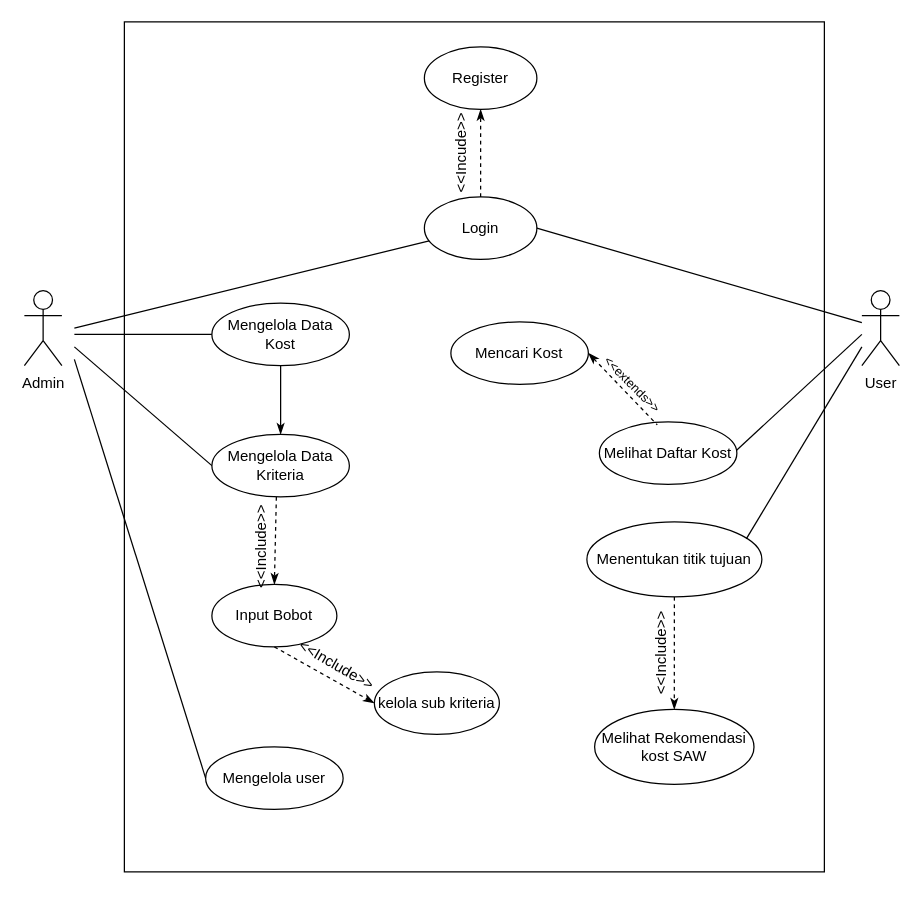
This is page "Page-1" (1 of 2) of USE CASE KOST SAW.drawio from HANNN-YOLO/skripsi, a draw.io file, before an edit. Source tidied: cells renumbered, new cells numbered last; positions are measured from the earlier drawing's top-left corner, leaving out a move shared by most shapes. Both pictures are drawn from the tidied source at 125%, with x=0, y=0 at pixel (24, 21).
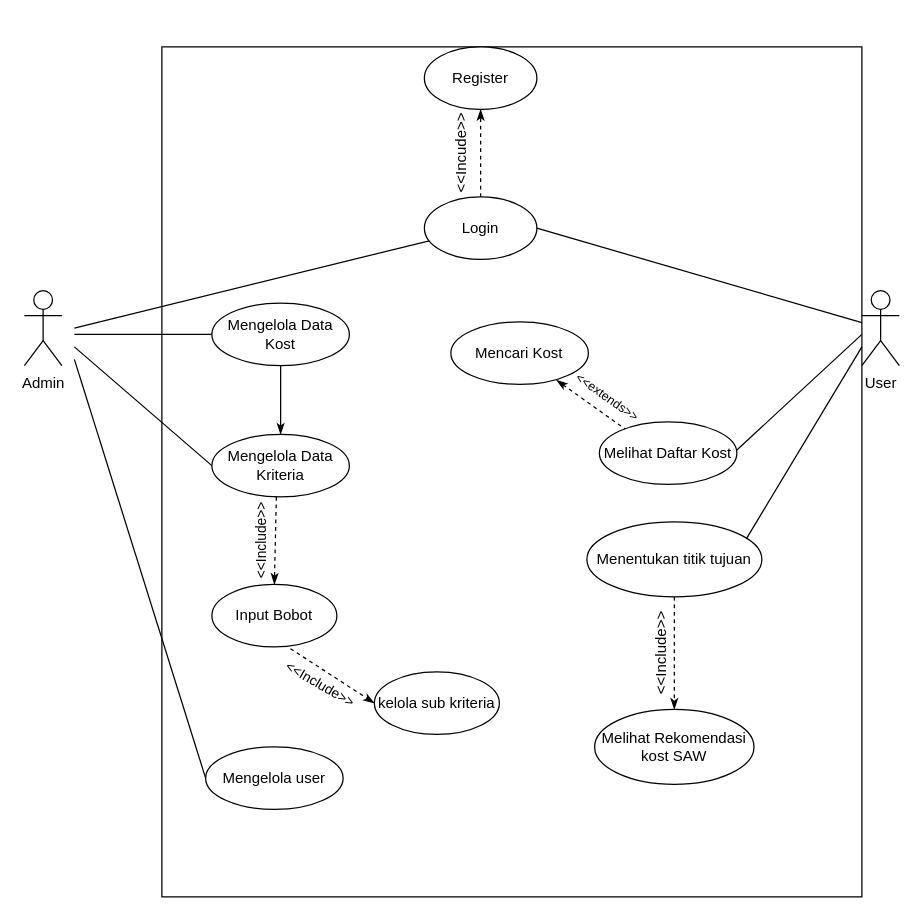
Above is the later version.

Commit message (it also covers changes not shown here):
revisi lagi

Unchanged cells that the change refers to:
```xml
<mxCell id="10" value="Melihat Daftar Kost" style="ellipse;whiteSpace=wrap;html=1;" parent="1" vertex="1">
  <mxGeometry x="460" y="320" width="110" height="50" as="geometry" />
</mxCell>
<mxCell id="15" value="Input Bobot" style="ellipse;whiteSpace=wrap;html=1;" parent="1" vertex="1">
  <mxGeometry x="150" y="450" width="100" height="50" as="geometry" />
</mxCell>
<mxCell id="23" value="Mencari Kost" style="ellipse;whiteSpace=wrap;html=1;" parent="1" vertex="1">
  <mxGeometry x="341.2" y="240" width="110" height="50" as="geometry" />
</mxCell>
<mxCell id="27" value="kelola sub kriteria" style="ellipse;whiteSpace=wrap;html=1;" parent="1" vertex="1">
  <mxGeometry x="280" y="520" width="100" height="50" as="geometry" />
</mxCell>
```

Diff of the diagram source:
```diff
@@
-    <mxCell id="2" style="rounded=0;whiteSpace=wrap;html=1;" parent="1" vertex="1">
-      <mxGeometry x="80" width="560" height="680" as="geometry" />
+    <mxCell id="2" style="rounded=0;whiteSpace=wrap;html=1;fillColor=none;" parent="1" vertex="1">
+      <mxGeometry x="110" y="20" width="560" height="680" as="geometry" />
     </mxCell>
@@
-    <mxCell id="22" value="&amp;lt;&amp;lt;Include&amp;gt;&amp;gt;" style="text;html=1;align=center;verticalAlign=middle;whiteSpace=wrap;rounded=0;rotation=-90;" parent="1" vertex="1">
-      <mxGeometry x="180" y="410" width="20" height="20" as="geometry" />
+    <mxCell id="22" value="&amp;lt;&amp;lt;Include&amp;gt;&amp;gt;" style="text;html=1;align=center;verticalAlign=middle;whiteSpace=wrap;rounded=0;rotation=-90;fontSize=11;" parent="1" vertex="1">
+      <mxGeometry x="180" y="405" width="20" height="20" as="geometry" />
     </mxCell>
@@
-    <mxCell id="24" value="&lt;font style=&quot;font-size: 10px;&quot;&gt;&amp;lt;&amp;lt;extends&amp;gt;&amp;gt;&lt;/font&gt;" style="text;html=1;align=center;verticalAlign=middle;whiteSpace=wrap;rounded=0;rotation=45;" parent="1" vertex="1">
-      <mxGeometry x="460" y="275" width="53.8" height="30" as="geometry" />
+    <mxCell id="24" value="&lt;font style=&quot;font-size: 10px;&quot;&gt;&amp;lt;&amp;lt;extends&amp;gt;&amp;gt;&lt;/font&gt;" style="text;html=1;align=center;verticalAlign=middle;whiteSpace=wrap;rounded=0;rotation=35;" parent="1" vertex="1">
+      <mxGeometry x="440" y="285" width="53.8" height="30" as="geometry" />
     </mxCell>
@@
-    <mxCell id="28" value="&amp;lt;&amp;lt;Include&amp;gt;&amp;gt;" style="text;html=1;align=center;verticalAlign=middle;whiteSpace=wrap;rounded=0;rotation=30;" parent="1" vertex="1">
-      <mxGeometry x="240" y="505" width="20" height="20" as="geometry" />
+    <mxCell id="28" value="&amp;lt;&amp;lt;Include&amp;gt;&amp;gt;" style="text;html=1;align=center;verticalAlign=middle;whiteSpace=wrap;rounded=0;rotation=30;fontSize=11;" parent="1" vertex="1">
+      <mxGeometry x="227" y="520" width="20" height="20" as="geometry" />
     </mxCell>
@@
-    <mxCell id="31" style="endArrow=none;dashed=1;html=1;rounded=0;exitX=1;exitY=0.5;exitDx=0;exitDy=0;entryX=0.421;entryY=0.048;entryDx=0;entryDy=0;entryPerimeter=0;startArrow=classicThin;startFill=1;" parent="1" edge="1" source="23" target="10">
+    <mxCell id="31" style="endArrow=none;dashed=1;html=1;rounded=0;exitX=0.768;exitY=0.932;exitDx=0;exitDy=0;entryX=0.985;entryY=0.94;entryDx=0;entryDy=0;startArrow=classicThin;startFill=1;exitPerimeter=0;entryPerimeter=0;" parent="1" edge="1" source="23" target="24">
       <mxGeometry relative="1" as="geometry" />
     </mxCell>
-    <mxCell id="32" style="endArrow=classicThin;dashed=1;html=1;rounded=0;exitX=0.5;exitY=1;exitDx=0;exitDy=0;entryX=0;entryY=0.5;entryDx=0;entryDy=0;endFill=1;" parent="1" edge="1" source="15" target="27">
+    <mxCell id="32" style="endArrow=classicThin;dashed=1;html=1;rounded=0;exitX=0.629;exitY=1.029;exitDx=0;exitDy=0;entryX=0;entryY=0.5;entryDx=0;entryDy=0;endFill=1;exitPerimeter=0;" parent="1" edge="1" source="15" target="27">
       <mxGeometry relative="1" as="geometry" />
     </mxCell>
```
